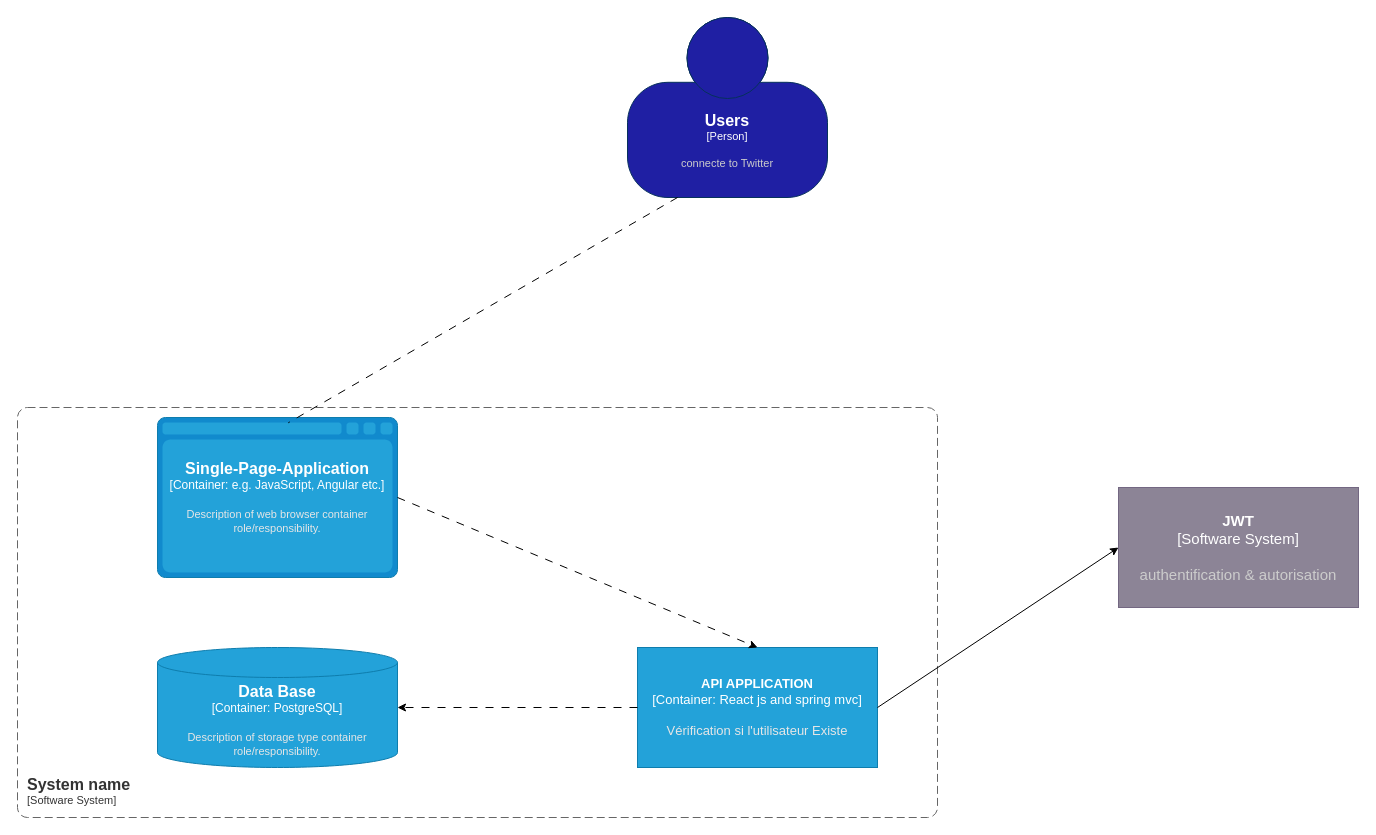
The draw.io diagram page "container" (2 of 4) of Diagramme sans nom.drawio in SALVA243/AP-TWITTER, before the edit. Source tidied: cells renumbered, new cells numbered last; positions are measured from the earlier drawing's top-left corner, leaving out a move shared by most shapes. Both pictures are drawn from the tidied source at 100%, with x=0, y=0 at pixel (17, 17).
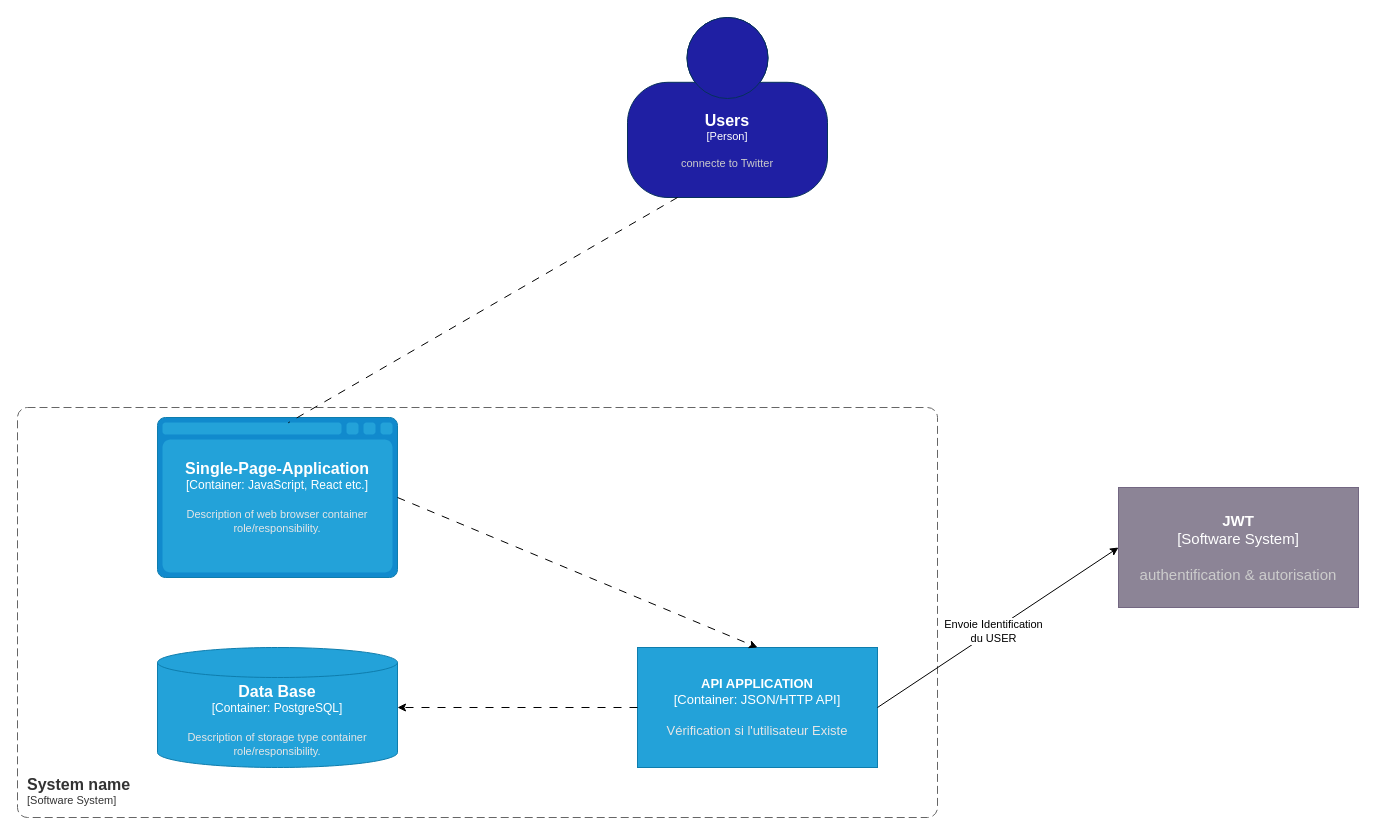
The same diagram, later.

Commit message:
7e sauv. 2 Fevr  13:25 C4 Container terminé

What changed in the source:
```diff
@@
 <mxGraphModel>
   <root>
     <mxCell id="0" />
     <mxCell id="1" parent="0" />
     <object id="2" label="&lt;font style=&quot;font-size: 16px&quot;&gt;&lt;b&gt;%c4Name%&lt;/b&gt;&lt;/font&gt;&lt;div&gt;[%c4Type%]&lt;/div&gt;&lt;br&gt;&lt;div&gt;&lt;font style=&quot;font-size: 11px&quot;&gt;&lt;font color=&quot;#cccccc&quot;&gt;%c4Description%&lt;/font&gt;&lt;/div&gt;" c4Description="connecte to Twitter" c4Name="Users" c4Type="Person" placeholders="1">
       <mxCell style="html=1;fontSize=11;dashed=0;whiteSpace=wrap;fillColor=#1f1fa3;strokeColor=#06315C;fontColor=#ffffff;shape=mxgraph.c4.person2;align=center;points=[[0.5,0,0],[1,0.5,0],[1,0.75,0],[0.75,1,0],[0.5,1,0],[0.25,1,0],[0,0.75,0],[0,0.5,0]];" parent="1" vertex="1">
         <mxGeometry x="610" width="200" height="180" as="geometry" />
       </mxCell>
     </object>
     <object id="3" label="&lt;font style=&quot;font-size: 15px;&quot;&gt;&lt;b style=&quot;font-size: 15px;&quot;&gt;%c4Name%&lt;/b&gt;&lt;/font&gt;&lt;div style=&quot;font-size: 15px;&quot;&gt;[%c4Type%]&lt;/div&gt;&lt;br style=&quot;font-size: 15px;&quot;&gt;&lt;div style=&quot;font-size: 15px;&quot;&gt;&lt;font style=&quot;font-size: 15px;&quot;&gt;&lt;font color=&quot;#cccccc&quot; style=&quot;font-size: 15px;&quot;&gt;%c4Description%&lt;/font&gt;&lt;/font&gt;&lt;/div&gt;" c4Description="authentification &amp; autorisation" c4Name="JWT" c4Type="Software System" placeholders="1">
       <mxCell style="rounded=1;whiteSpace=wrap;html=1;labelBackgroundColor=none;fillColor=#8C8496;fontColor=#ffffff;align=center;arcSize=0;strokeColor=#736782;points=[[0.25,0,0],[0.5,0,0],[0.75,0,0],[1,0.25,0],[1,0.5,0],[1,0.75,0],[0.75,1,0],[0.5,1,0],[0.25,1,0],[0,0.75,0],[0,0.5,0],[0,0.25,0]];fontSize=15;" parent="1" vertex="1">
         <mxGeometry x="1101" y="470" width="240" height="120" as="geometry" />
       </mxCell>
     </object>
     <object id="4" label="&lt;font style=&quot;font-size: 16px&quot;&gt;&lt;b&gt;&lt;div style=&quot;text-align: left&quot;&gt;%c4Name%&lt;/div&gt;&lt;/b&gt;&lt;/font&gt;&lt;div style=&quot;text-align: left&quot;&gt;[%c4Application%]&lt;/div&gt;" c4Application="Software System" c4Name="System name" placeholders="1">
       <mxCell style="rounded=1;fontSize=11;whiteSpace=wrap;html=1;dashed=1;arcSize=20;fillColor=none;strokeColor=#666666;fontColor=#333333;labelBackgroundColor=none;align=left;verticalAlign=bottom;labelBorderColor=none;spacingTop=0;spacing=10;dashPattern=8 4;perimeter=rectanglePerimeter;noLabel=0;labelPadding=0;absoluteArcSize=1;" parent="1" vertex="1">
         <mxGeometry y="390" width="920" height="410" as="geometry" />
       </mxCell>
     </object>
-    <object id="5" label="&lt;font style=&quot;font-size: 13px;&quot;&gt;&lt;b style=&quot;font-size: 13px;&quot;&gt;%c4Name%&lt;/b&gt;&lt;/font&gt;&lt;div style=&quot;font-size: 13px;&quot;&gt;[%c4Type%: %c4Technology%]&lt;/div&gt;&lt;br style=&quot;font-size: 13px;&quot;&gt;&lt;div style=&quot;font-size: 13px;&quot;&gt;&lt;font style=&quot;font-size: 13px;&quot;&gt;&lt;font color=&quot;#E6E6E6&quot; style=&quot;font-size: 13px;&quot;&gt;%c4Description%&lt;/font&gt;&lt;/font&gt;&lt;/div&gt;" c4Description="Vérification si l'utilisateur Existe" c4Name="API APPLICATION" c4Technology="React js and spring mvc" c4Type="Container" placeholders="1">
+    <object id="5" label="&lt;font style=&quot;font-size: 13px;&quot;&gt;&lt;b style=&quot;font-size: 13px;&quot;&gt;%c4Name%&lt;/b&gt;&lt;/font&gt;&lt;div style=&quot;font-size: 13px;&quot;&gt;[%c4Type%: %c4Technology%]&lt;/div&gt;&lt;br style=&quot;font-size: 13px;&quot;&gt;&lt;div style=&quot;font-size: 13px;&quot;&gt;&lt;font style=&quot;font-size: 13px;&quot;&gt;&lt;font color=&quot;#E6E6E6&quot; style=&quot;font-size: 13px;&quot;&gt;%c4Description%&lt;/font&gt;&lt;/font&gt;&lt;/div&gt;" c4Description="Vérification si l'utilisateur Existe" c4Name="API APPLICATION" c4Technology="JSON/HTTP API" c4Type="Container" placeholders="1">
       <mxCell style="rounded=1;whiteSpace=wrap;html=1;fontSize=13;labelBackgroundColor=none;fillColor=#23A2D9;fontColor=#ffffff;align=center;arcSize=0;strokeColor=#0E7DAD;points=[[0.25,0,0],[0.5,0,0],[0.75,0,0],[1,0.25,0],[1,0.5,0],[1,0.75,0],[0.75,1,0],[0.5,1,0],[0.25,1,0],[0,0.75,0],[0,0.5,0],[0,0.25,0]];" parent="1" vertex="1">
         <mxGeometry x="620" y="630" width="240" height="120" as="geometry" />
       </mxCell>
     </object>
-    <object id="6" label="&lt;font style=&quot;font-size: 16px&quot;&gt;&lt;b&gt;%c4Type%&lt;/b&gt;&lt;/font&gt;&lt;div&gt;[%c4Container%:&amp;nbsp;%c4Technology%]&lt;/div&gt;&lt;br&gt;&lt;div&gt;&lt;font style=&quot;font-size: 11px&quot;&gt;&lt;font color=&quot;#E6E6E6&quot;&gt;%c4Description%&lt;/font&gt;&lt;/div&gt;" c4Container="Container" c4Description="Description of web browser container role/responsibility." c4Technology="e.g. JavaScript, Angular etc." c4Type="Single-Page-Application" placeholders="1">
+    <object id="6" label="&lt;font style=&quot;font-size: 16px&quot;&gt;&lt;b&gt;%c4Type%&lt;/b&gt;&lt;/font&gt;&lt;div&gt;[%c4Container%:&amp;nbsp;%c4Technology%]&lt;/div&gt;&lt;br&gt;&lt;div&gt;&lt;font style=&quot;font-size: 11px&quot;&gt;&lt;font color=&quot;#E6E6E6&quot;&gt;%c4Description%&lt;/font&gt;&lt;/div&gt;" c4Container="Container" c4Description="Description of web browser container role/responsibility." c4Technology="JavaScript, React etc." c4Type="Single-Page-Application" placeholders="1">
       <mxCell style="shape=mxgraph.c4.webBrowserContainer2;whiteSpace=wrap;html=1;boundedLbl=1;rounded=0;labelBackgroundColor=none;strokeColor=#118ACD;fillColor=#23A2D9;strokeColor=#118ACD;strokeColor2=#0E7DAD;fontSize=12;fontColor=#ffffff;align=center;points=[[0.5,0,0],[1,0.25,0],[1,0.5,0],[1,0.75,0],[0.5,1,0],[0,0.75,0],[0,0.5,0],[0,0.25,0]];" parent="1" vertex="1">
         <mxGeometry x="140" y="400" width="240" height="160" as="geometry" />
       </mxCell>
     </object>
     <object id="7" label="&lt;font style=&quot;font-size: 16px&quot;&gt;&lt;b&gt;%c4Type%&lt;/b&gt;&lt;/font&gt;&lt;div&gt;[%c4Container%:&amp;nbsp;%c4Technology%]&lt;/div&gt;&lt;br&gt;&lt;div&gt;&lt;font style=&quot;font-size: 11px&quot;&gt;&lt;font color=&quot;#E6E6E6&quot;&gt;%c4Description%&lt;/font&gt;&lt;/div&gt;" c4Container="Container" c4Description="Description of storage type container role/responsibility." c4Technology="PostgreSQL" c4Type="Data Base" placeholders="1">
       <mxCell style="shape=cylinder3;size=15;whiteSpace=wrap;html=1;boundedLbl=1;rounded=0;labelBackgroundColor=none;fillColor=#23A2D9;fontSize=12;fontColor=#ffffff;align=center;strokeColor=#0E7DAD;" parent="1" vertex="1">
         <mxGeometry x="140" y="630" width="240" height="120" as="geometry" />
       </mxCell>
     </object>
     <mxCell id="8" style="endArrow=none;html=1;rounded=0;exitX=0.25;exitY=1;exitDx=0;exitDy=0;exitPerimeter=0;entryX=0.545;entryY=0.033;entryDx=0;entryDy=0;entryPerimeter=0;endFill=0;dashed=1;dashPattern=8 8;" parent="1" edge="1" source="2" target="6">
       <mxGeometry relative="1" as="geometry" />
     </mxCell>
     <mxCell id="9" style="endArrow=classic;html=1;rounded=0;entryX=0.5;entryY=0;entryDx=0;entryDy=0;entryPerimeter=0;exitX=1;exitY=0.5;exitDx=0;exitDy=0;exitPerimeter=0;dashed=1;dashPattern=8 8;" parent="1" edge="1" source="6" target="5">
       <mxGeometry relative="1" as="geometry" />
     </mxCell>
     <mxCell id="10" style="endArrow=classic;html=1;rounded=0;exitX=0;exitY=0.5;exitDx=0;exitDy=0;exitPerimeter=0;dashed=1;dashPattern=8 8;" parent="1" edge="1" source="5">
       <mxGeometry relative="1" as="geometry">
         <mxPoint x="380" y="690" as="targetPoint" />
       </mxGeometry>
     </mxCell>
     <mxCell id="11" style="endArrow=classic;html=1;rounded=0;entryX=0;entryY=0.5;entryDx=0;entryDy=0;entryPerimeter=0;exitX=1;exitY=0.5;exitDx=0;exitDy=0;exitPerimeter=0;" parent="1" edge="1" source="5" target="3">
       <mxGeometry relative="1" as="geometry" />
     </mxCell>
+    <mxCell id="12" value="Envoie Identification&lt;br&gt;du USER" style="edgeLabel;html=1;align=center;verticalAlign=middle;" parent="11" vertex="1">
+      <mxGeometry x="-0.04" y="-1" relative="1" as="geometry">
+        <mxPoint x="-1" as="offset" />
+      </mxGeometry>
+    </mxCell>
   </root>
 </mxGraphModel>
```
